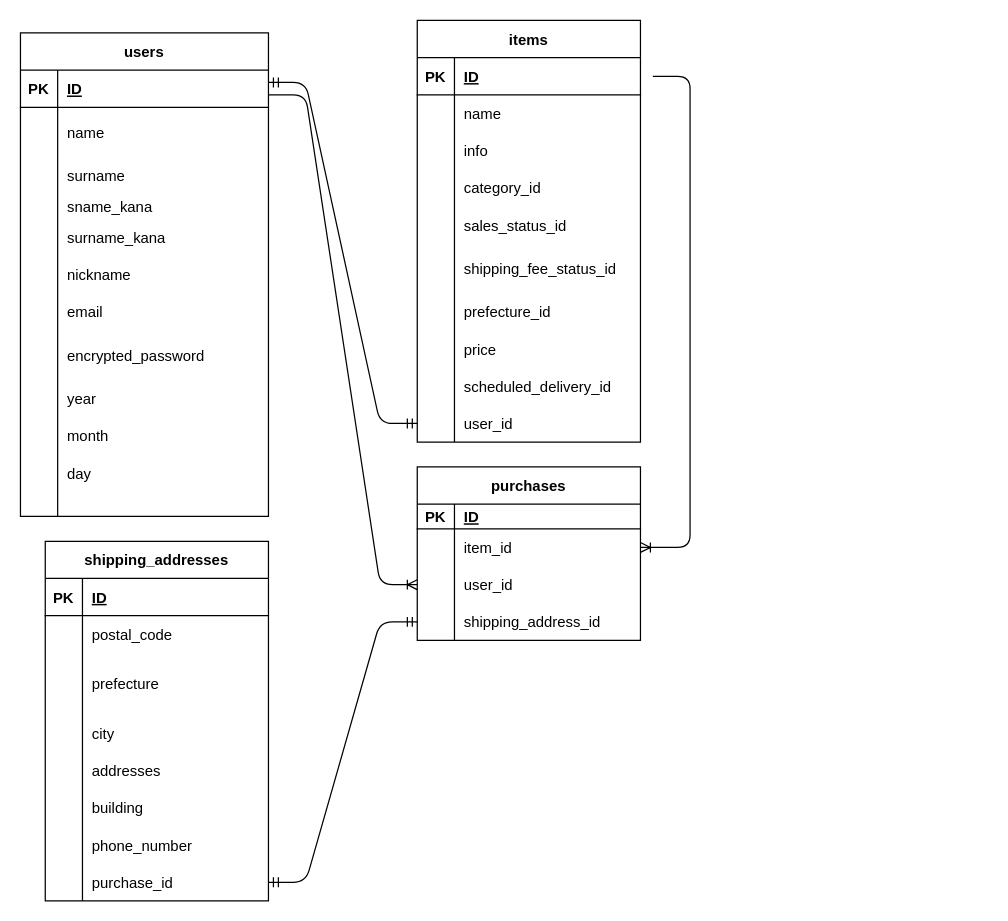
Earlier version of the draw.io diagram db.dio (kuragekamaboko/furima-38998). Source tidied: cells renumbered, new cells numbered last; positions are measured from the earlier drawing's top-left corner, leaving out a move shared by most shapes. Both pictures are drawn from the tidied source at 124%, with x=0, y=0 at pixel (20, 20).
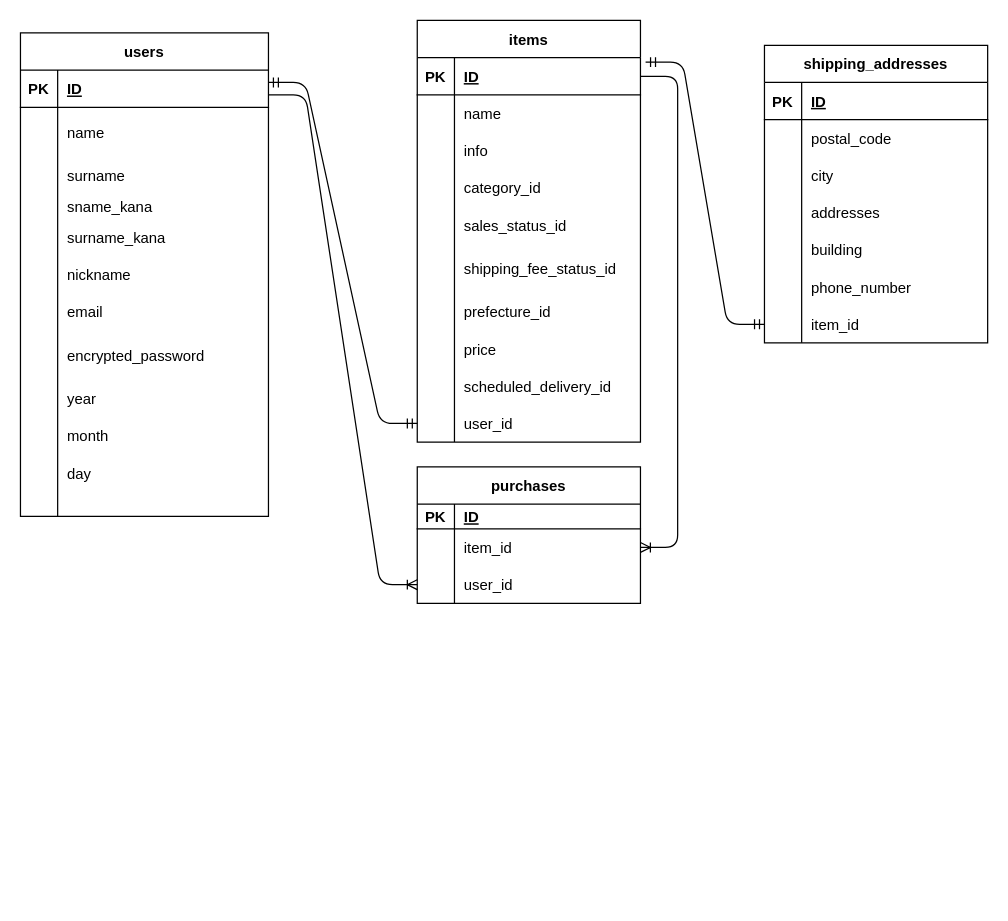
The same diagram, later.

Commit message (it also covers changes not shown here):
指摘事項の修正

Unchanged cells that the change refers to:
```xml
<mxCell id="40" style="shape=tableRow;horizontal=0;startSize=0;swimlaneHead=0;swimlaneBody=0;fillColor=none;points=[[0,0.5],[1,0.5]];portConstraint=eastwest;top=0;left=0;right=0;bottom=1;" parent="39" vertex="1">
  <mxGeometry y="30" width="180" height="30" as="geometry" />
</mxCell>
<mxCell id="101" style="shape=tableRow;horizontal=0;startSize=0;swimlaneHead=0;swimlaneBody=0;fillColor=none;points=[[0,0.5],[1,0.5]];portConstraint=eastwest;top=0;left=0;right=0;bottom=0;" parent="97" vertex="1">
  <mxGeometry y="50" width="180" height="30" as="geometry" />
</mxCell>
```

What changed in the source:
```diff
@@
     <mxCell id="70" value="shipping_addresses" style="shape=table;startSize=30;childLayout=tableLayout;rowLines=0;fontStyle=1;align=center;" parent="1" vertex="1">
-      <mxGeometry x="20" y="420" width="180" height="290" as="geometry" />
+      <mxGeometry x="600" y="20" width="180" height="240" as="geometry" />
     </mxCell>
@@
-    <mxCell id="77" style="shape=tableRow;horizontal=0;startSize=0;swimlaneHead=0;swimlaneBody=0;fillColor=none;top=0;left=0;right=0;bottom=0;" parent="70" vertex="1">
-      <mxGeometry y="90" width="180" height="50" as="geometry" />
-    </mxCell>
-    <mxCell id="78" style="shape=partialRectangle;fillColor=none;top=0;left=0;bottom=0;right=0;overflow=hidden;" parent="77" vertex="1">
-      <mxGeometry width="30" height="50" as="geometry" />
-    </mxCell>
-    <mxCell id="79" value="prefecture" style="shape=partialRectangle;fillColor=none;top=0;left=0;bottom=0;right=0;align=left;spacingLeft=6;overflow=hidden;" parent="77" vertex="1">
-      <mxGeometry x="30" width="150" height="50" as="geometry" />
-    </mxCell>
     <mxCell id="80" style="shape=tableRow;horizontal=0;startSize=0;swimlaneHead=0;swimlaneBody=0;fillColor=none;top=0;left=0;right=0;bottom=0;" parent="70" vertex="1">
-      <mxGeometry y="140" width="180" height="30" as="geometry" />
+      <mxGeometry y="90" width="180" height="30" as="geometry" />
     </mxCell>
@@
     <mxCell id="83" style="shape=tableRow;horizontal=0;startSize=0;swimlaneHead=0;swimlaneBody=0;fillColor=none;top=0;left=0;right=0;bottom=0;" parent="70" vertex="1">
-      <mxGeometry y="170" width="180" height="30" as="geometry" />
+      <mxGeometry y="120" width="180" height="30" as="geometry" />
     </mxCell>
@@
     <mxCell id="86" style="shape=tableRow;horizontal=0;startSize=0;swimlaneHead=0;swimlaneBody=0;fillColor=none;top=0;left=0;right=0;bottom=0;" parent="70" vertex="1">
-      <mxGeometry y="200" width="180" height="30" as="geometry" />
+      <mxGeometry y="150" width="180" height="30" as="geometry" />
     </mxCell>
@@
     <mxCell id="89" style="shape=tableRow;horizontal=0;startSize=0;swimlaneHead=0;swimlaneBody=0;fillColor=none;top=0;left=0;right=0;bottom=0;" parent="70" vertex="1">
-      <mxGeometry y="230" width="180" height="30" as="geometry" />
+      <mxGeometry y="180" width="180" height="30" as="geometry" />
     </mxCell>
@@
     <mxCell id="92" style="shape=tableRow;horizontal=0;startSize=0;swimlaneHead=0;swimlaneBody=0;fillColor=none;points=[[0,0.5],[1,0.5]];portConstraint=eastwest;top=0;left=0;right=0;bottom=0;" parent="70" vertex="1">
-      <mxGeometry y="260" width="180" height="30" as="geometry" />
+      <mxGeometry y="210" width="180" height="30" as="geometry" />
     </mxCell>
@@
-    <mxCell id="94" value="purchase_id" style="shape=partialRectangle;fillColor=none;top=0;left=0;bottom=0;right=0;align=left;spacingLeft=6;overflow=hidden;" parent="92" vertex="1">
+    <mxCell id="94" value="item_id" style="shape=partialRectangle;fillColor=none;top=0;left=0;bottom=0;right=0;align=left;spacingLeft=6;overflow=hidden;" parent="92" vertex="1">
       <mxGeometry x="30" width="150" height="30" as="geometry" />
     </mxCell>
-    <mxCell id="95" style="edgeStyle=entityRelationEdgeStyle;fontSize=12;html=1;endArrow=ERmandOne;startArrow=ERmandOne;entryX=0;entryY=0.5;entryDx=0;entryDy=0;" parent="1" edge="1" source="92" target="107">
+    <mxCell id="95" style="edgeStyle=entityRelationEdgeStyle;fontSize=12;html=1;endArrow=ERmandOne;startArrow=ERmandOne;entryX=1.023;entryY=0.121;entryDx=0;entryDy=0;entryPerimeter=0;" parent="1" edge="1" source="92" target="40">
       <mxGeometry relative="1" as="geometry" />
     </mxCell>
@@
     <mxCell id="97" value="purchases" style="shape=table;startSize=30;childLayout=tableLayout;rowLines=0;fontStyle=1;align=center;" parent="1" vertex="1">
-      <mxGeometry x="320" y="360" width="180" height="140" as="geometry" />
+      <mxGeometry x="320" y="360" width="180" height="110" as="geometry" />
     </mxCell>
@@
-    <mxCell id="107" style="shape=tableRow;horizontal=0;startSize=0;swimlaneHead=0;swimlaneBody=0;fillColor=none;points=[[0,0.5],[1,0.5]];portConstraint=eastwest;top=0;left=0;right=0;bottom=0;" parent="97" vertex="1">
-      <mxGeometry y="110" width="180" height="30" as="geometry" />
-    </mxCell>
-    <mxCell id="108" style="shape=partialRectangle;fillColor=none;top=0;left=0;bottom=0;right=0;overflow=hidden;" parent="107" vertex="1">
-      <mxGeometry width="30" height="30" as="geometry" />
-    </mxCell>
-    <mxCell id="109" value="shipping_address_id" style="shape=partialRectangle;fillColor=none;top=0;left=0;bottom=0;right=0;align=left;spacingLeft=6;overflow=hidden;" parent="107" vertex="1">
-      <mxGeometry x="30" width="150" height="30" as="geometry" />
-    </mxCell>
     <mxCell id="110" style="edgeStyle=entityRelationEdgeStyle;fontSize=12;html=1;endArrow=ERoneToMany;" parent="1" edge="1" target="101">
       <mxGeometry relative="1" as="geometry">
-        <mxPoint x="510" y="45" as="sourcePoint" />
+        <mxPoint x="500" y="45" as="sourcePoint" />
       </mxGeometry>
     </mxCell>
```
